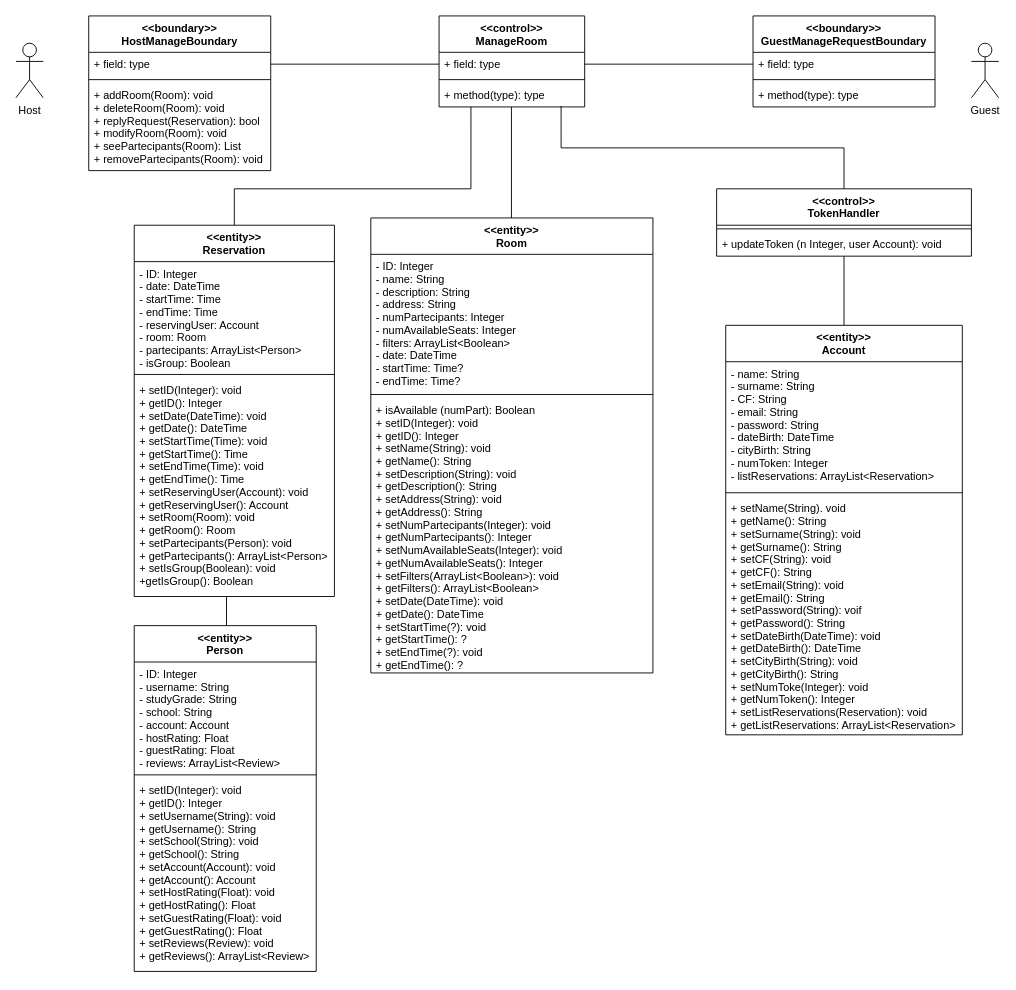
Earlier version of the draw.io diagram Deliverables/VoPC/VoPC ManageRoom.drawio (nic-agos/DoveStudi). Source tidied: cells renumbered, new cells numbered last; positions are measured from the earlier drawing's top-left corner, leaving out a move shared by most shapes. Both pictures are drawn from the tidied source at 91%, with x=0, y=0 at pixel (15, 15).
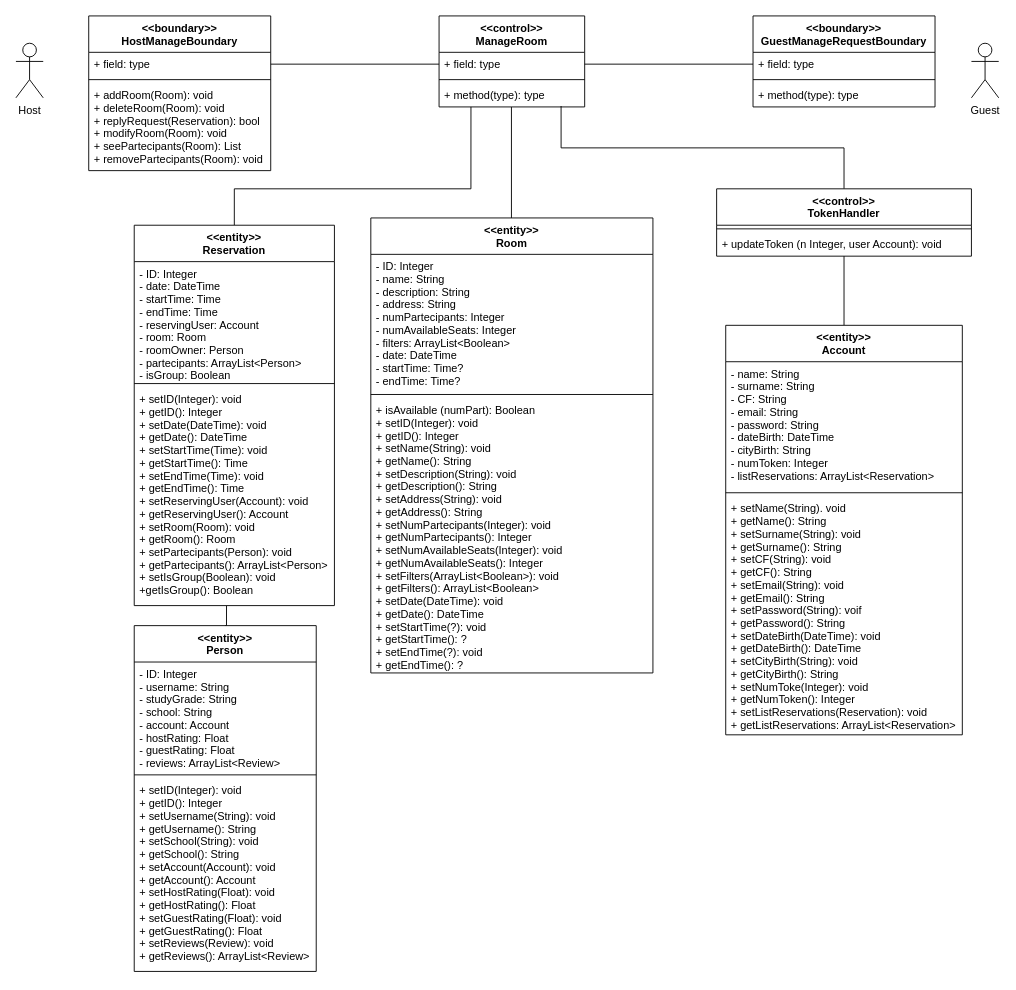
Above is the later version.

Commit message:
added room owner

The edit, as a diff of the source:
```diff
@@
     <mxCell id="12" value="&lt;&lt;entity&gt;&gt;&#10;Reservation" style="swimlane;fontStyle=1;align=center;verticalAlign=top;horizontal=1;startSize=40;" parent="1" vertex="1">
-      <mxGeometry x="130" y="230" width="220" height="408" as="geometry" />
+      <mxGeometry x="130" y="230" width="220" height="418" as="geometry" />
     </mxCell>
-    <mxCell id="13" value="- ID: Integer&#10;- date: DateTime&#10;- startTime: Time&#10;- endTime: Time&#10;- reservingUser: Account&#10;- room: Room&#10;- partecipants: ArrayList&lt;Person&gt;&#10;- isGroup: Boolean" style="text;strokeColor=none;fillColor=none;align=left;verticalAlign=top;spacingLeft=4;spacingRight=4;overflow=hidden;" parent="12" vertex="1">
-      <mxGeometry y="40" width="220" height="120" as="geometry" />
+    <mxCell id="13" value="- ID: Integer&#10;- date: DateTime&#10;- startTime: Time&#10;- endTime: Time&#10;- reservingUser: Account&#10;- room: Room&#10;- roomOwner: Person&#10;- partecipants: ArrayList&lt;Person&gt;&#10;- isGroup: Boolean" style="text;strokeColor=none;fillColor=none;align=left;verticalAlign=top;spacingLeft=4;spacingRight=4;overflow=hidden;" parent="12" vertex="1">
+      <mxGeometry y="40" width="220" height="130" as="geometry" />
     </mxCell>
     <mxCell id="14" style="line;strokeWidth=1;fillColor=none;align=left;verticalAlign=middle;spacingTop=-1;spacingLeft=3;spacingRight=3;labelPosition=right;" parent="12" vertex="1">
-      <mxGeometry y="160" width="220" height="8" as="geometry" />
+      <mxGeometry y="170" width="220" height="8" as="geometry" />
     </mxCell>
     <mxCell id="15" value="+ setID(Integer): void &#10;+ getID(): Integer&#10;+ setDate(DateTime): void&#10;+ getDate(): DateTime&#10;+ setStartTime(Time): void&#10;+ getStartTime(): Time&#10;+ setEndTime(Time): void&#10;+ getEndTime(): Time&#10;+ setReservingUser(Account): void&#10;+ getReservingUser(): Account&#10;+ setRoom(Room): void&#10;+ getRoom(): Room&#10;+ setPartecipants(Person): void&#10;+ getPartecipants(): ArrayList&lt;Person&gt;&#10;+ setIsGroup(Boolean): void&#10;+getIsGroup(): Boolean" style="text;strokeColor=none;fillColor=none;align=left;verticalAlign=top;spacingLeft=4;spacingRight=4;overflow=hidden;points=[[0,0.5],[1,0.5]];portConstraint=eastwest;" parent="12" vertex="1">
-      <mxGeometry y="168" width="220" height="240" as="geometry" />
+      <mxGeometry y="178" width="220" height="240" as="geometry" />
     </mxCell>
```
